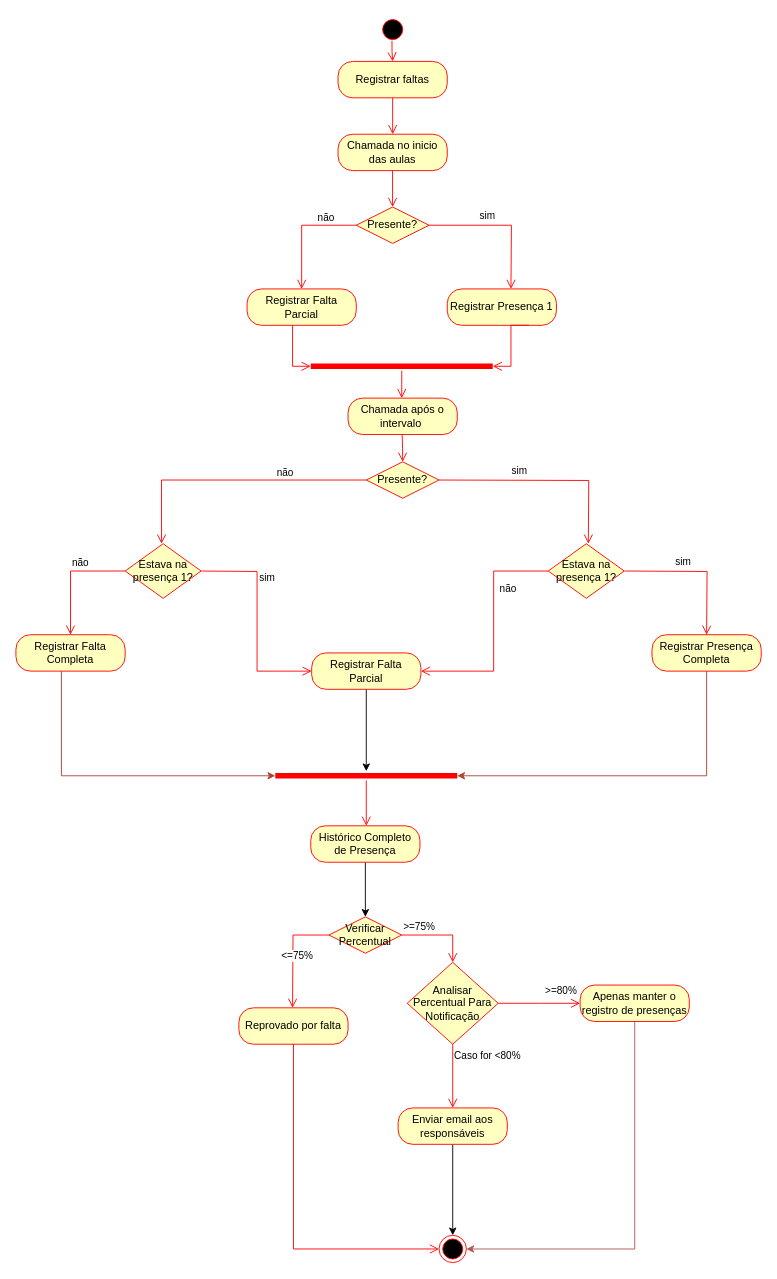
cc4semestre/projeto keeps this draw.io diagram as Diagramas/Diagrama de Atividade.drawio. Above is the earlier version. Source tidied: cells renumbered, new cells numbered last; positions are measured from the earlier drawing's top-left corner, leaving out a move shared by most shapes. Both pictures are drawn from the tidied source at 91%, with x=0, y=0 at pixel (15, 15).
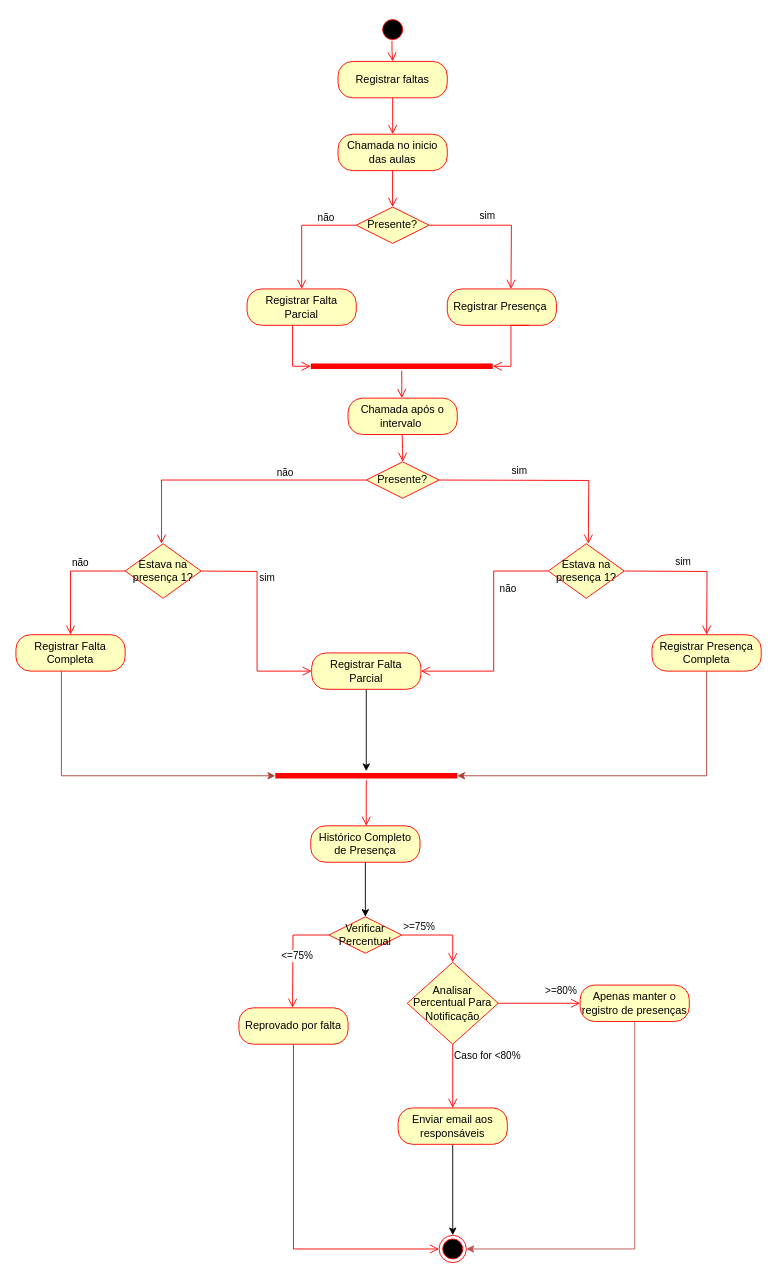
Above is the later version.

Change to the diagram source:
```diff
@@
-    <mxCell id="10" value="Registrar Presença 1" style="rounded=1;whiteSpace=wrap;html=1;arcSize=40;fontColor=#000000;fillColor=#ffffc0;strokeColor=#ff0000;" parent="1" vertex="1">
+    <mxCell id="10" value="Registrar Presença&amp;nbsp;" style="rounded=1;whiteSpace=wrap;html=1;arcSize=40;fontColor=#000000;fillColor=#ffffc0;strokeColor=#ff0000;" parent="1" vertex="1">
       <mxGeometry x="474" y="300" width="120" height="40" as="geometry" />
     </mxCell>
```
